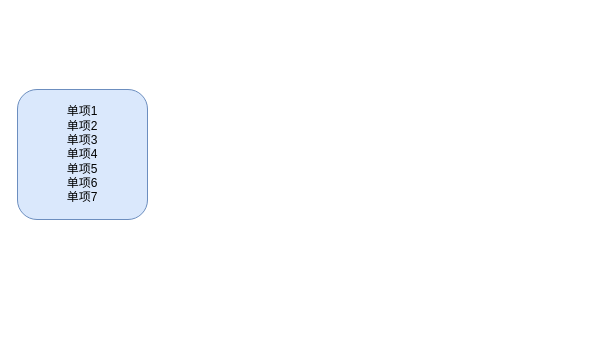
This is draw.io/指标门户支持全费用查看.drawio from KeatonLi/pictures, a draw.io file, before an edit. Source tidied: cells renumbered, new cells numbered last; positions are measured from the earlier drawing's top-left corner, leaving out a move shared by most shapes. Both pictures are drawn from the tidied source at 100%, with x=0, y=0 at pixel (17, 89).
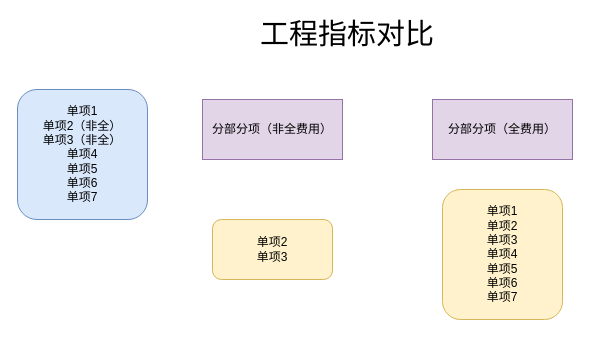
Above is the later version.

Commit message (it also covers changes not shown here):
更新指标门户支持全费用查看.drawio

What changed in the source:
```diff
@@
 <mxGraphModel>
   <root>
     <mxCell id="0" />
     <mxCell id="1" parent="0" />
-    <mxCell id="2" value="单项1&lt;br&gt;单项2&lt;br&gt;单项3&lt;br&gt;单项4&lt;br&gt;单项5&lt;br&gt;单项6&lt;br&gt;单项7" style="rounded=1;whiteSpace=wrap;html=1;fillColor=#dae8fc;strokeColor=#6c8ebf;" parent="1" vertex="1">
+    <mxCell id="2" value="单项1&lt;br&gt;单项2（非全）&lt;br&gt;单项3（非全）&lt;br&gt;单项4&lt;br&gt;单项5&lt;br&gt;单项6&lt;br&gt;单项7" style="rounded=1;whiteSpace=wrap;html=1;fillColor=#dae8fc;strokeColor=#6c8ebf;" parent="1" vertex="1">
       <mxGeometry width="130" height="130" as="geometry" />
     </mxCell>
+    <mxCell id="3" value="&lt;font style=&quot;font-size: 29px;&quot;&gt;工程指标对比&lt;/font&gt;" style="text;html=1;strokeColor=none;fillColor=none;align=center;verticalAlign=middle;whiteSpace=wrap;rounded=0;" parent="1" vertex="1">
+      <mxGeometry x="235" y="-70" width="190" height="30" as="geometry" />
+    </mxCell>
+    <mxCell id="4" value="分部分项（非全费用）" style="rounded=0;whiteSpace=wrap;html=1;fillColor=#e1d5e7;strokeColor=#9673a6;" parent="1" vertex="1">
+      <mxGeometry x="185" y="10" width="140" height="60" as="geometry" />
+    </mxCell>
+    <mxCell id="5" value="分部分项（全费用）" style="rounded=0;whiteSpace=wrap;html=1;fillColor=#e1d5e7;strokeColor=#9673a6;" parent="1" vertex="1">
+      <mxGeometry x="415" y="10" width="140" height="60" as="geometry" />
+    </mxCell>
+    <mxCell id="6" value="单项2&lt;br&gt;单项3" style="rounded=1;whiteSpace=wrap;html=1;fillColor=#fff2cc;strokeColor=#d6b656;" parent="1" vertex="1">
+      <mxGeometry x="195" y="130" width="120" height="60" as="geometry" />
+    </mxCell>
+    <mxCell id="7" value="单项1&lt;br style=&quot;border-color: var(--border-color);&quot;&gt;单项2&lt;br style=&quot;border-color: var(--border-color);&quot;&gt;单项3&lt;br style=&quot;border-color: var(--border-color);&quot;&gt;单项4&lt;br style=&quot;border-color: var(--border-color);&quot;&gt;单项5&lt;br style=&quot;border-color: var(--border-color);&quot;&gt;单项6&lt;br style=&quot;border-color: var(--border-color);&quot;&gt;单项7" style="rounded=1;whiteSpace=wrap;html=1;fillColor=#fff2cc;strokeColor=#d6b656;" parent="1" vertex="1">
+      <mxGeometry x="425" y="100" width="120" height="130" as="geometry" />
+    </mxCell>
   </root>
 </mxGraphModel>
```
